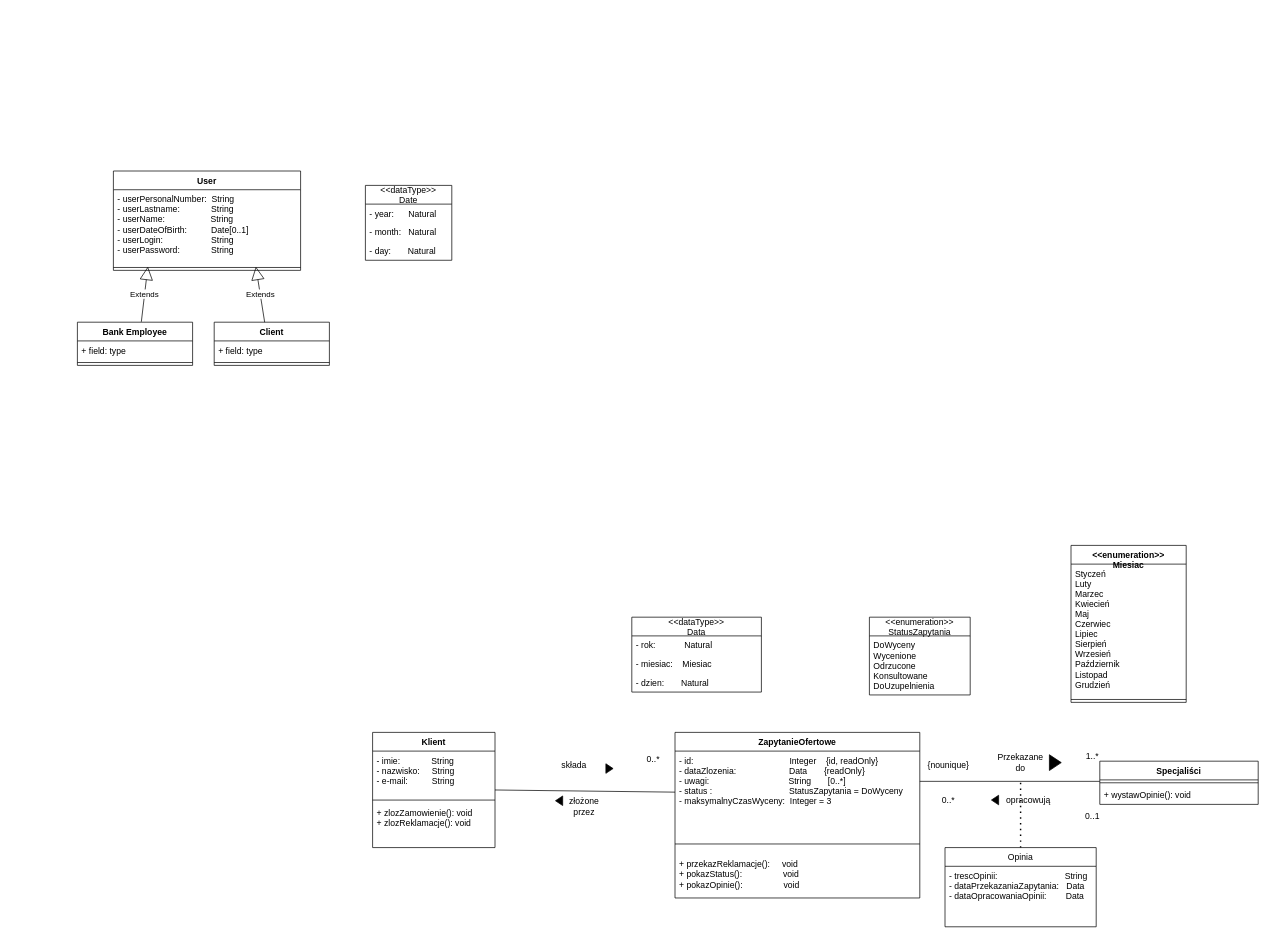
ramzesmosiej/banking-system keeps this draw.io diagram as system-documents/project_model.drawio. Above is the earlier version. Source tidied: cells renumbered, new cells numbered last; positions are measured from the earlier drawing's top-left corner, leaving out a move shared by most shapes. Both pictures are drawn from the tidied source at 72%, with x=0, y=0 at pixel (77, 171).
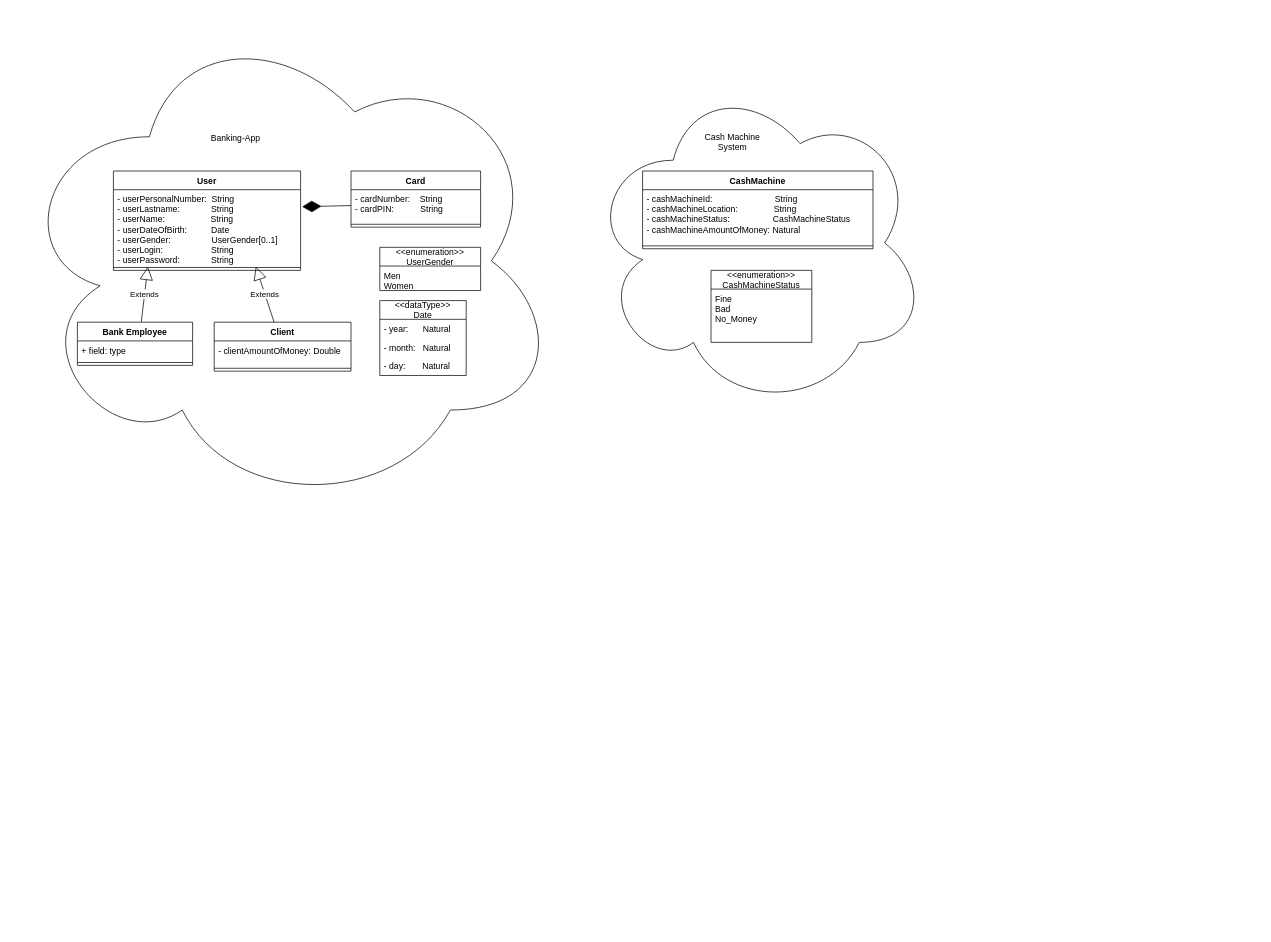
After the change.

Commit message (it also covers changes not shown here):
add basic vision of the system with screens

Unchanged cells that the change refers to:
```xml
<mxCell id="2" value="User" style="swimlane;fontStyle=1;align=center;verticalAlign=top;horizontal=1;startSize=26;" parent="1" vertex="1">
  <mxGeometry x="50" width="260" height="138" as="geometry" />
</mxCell>
```

Change to the diagram source:
```diff
@@
+    <mxCell id="55" style="ellipse;shape=cloud;whiteSpace=wrap;html=1;" parent="1" vertex="1">
+      <mxGeometry x="710" y="-130" width="470" height="460" as="geometry" />
+    </mxCell>
+    <mxCell id="56" style="ellipse;shape=cloud;whiteSpace=wrap;html=1;" parent="1" vertex="1">
+      <mxGeometry x="-90" y="-220" width="760" height="690" as="geometry" />
+    </mxCell>
@@
-    <mxCell id="3" value="- userPersonalNumber:  String&#10;- userLastname:             String&#10;- userName:                   String&#10;- userDateOfBirth:          Date[0..1]&#10;- userLogin:                    String&#10;- userPassword:             String" style="text;strokeColor=none;fillColor=none;align=left;verticalAlign=top;spacingLeft=4;spacingRight=4;overflow=hidden;points=[[0,0.5],[1,0.5]];portConstraint=eastwest;" parent="2" vertex="1">
+    <mxCell id="3" value="- userPersonalNumber:  String&#10;- userLastname:             String&#10;- userName:                   String&#10;- userDateOfBirth:          Date&#10;- userGender:                 UserGender[0..1]&#10;- userLogin:                    String&#10;- userPassword:             String" style="text;strokeColor=none;fillColor=none;align=left;verticalAlign=top;spacingLeft=4;spacingRight=4;overflow=hidden;points=[[0,0.5],[1,0.5]];portConstraint=eastwest;" parent="2" vertex="1">
       <mxGeometry y="26" width="260" height="104" as="geometry" />
     </mxCell>
@@
-    <mxCell id="8" value="Klient" style="swimlane;fontStyle=1;align=center;verticalAlign=top;horizontal=1;startSize=26;" parent="1" vertex="1">
-      <mxGeometry x="410" y="779.7" width="170" height="160" as="geometry" />
-    </mxCell>
-    <mxCell id="9" value="- imie:             String&#10;- nazwisko:     String&#10;- e-mail:          String" style="text;strokeColor=none;fillColor=none;align=left;verticalAlign=top;spacingLeft=4;spacingRight=4;overflow=hidden;" parent="8" vertex="1">
-      <mxGeometry y="26" width="170" height="64" as="geometry" />
-    </mxCell>
-    <mxCell id="10" style="line;strokeWidth=1;fillColor=none;align=left;verticalAlign=middle;spacingTop=-1;spacingLeft=3;spacingRight=3;labelPosition=right;" parent="8" vertex="1">
-      <mxGeometry y="90" width="170" height="8" as="geometry" />
-    </mxCell>
-    <mxCell id="11" value="+ zlozZamowienie(): void&#10;+ zlozReklamacje(): void" style="text;strokeColor=none;fillColor=none;align=left;verticalAlign=top;spacingLeft=4;spacingRight=4;overflow=hidden;" parent="8" vertex="1">
-      <mxGeometry y="98" width="170" height="62" as="geometry" />
-    </mxCell>
-    <mxCell id="12" value="ZapytanieOfertowe" style="swimlane;fontStyle=1;align=center;verticalAlign=top;horizontal=1;startSize=26;" parent="1" vertex="1">
-      <mxGeometry x="830" y="779.7" width="340" height="230" as="geometry" />
-    </mxCell>
-    <mxCell id="13" value="- id:                                        Integer    {id, readOnly}       &#10;- dataZlozenia:                      Data       {readOnly}&#10;- uwagi:                                 String       [0..*]&#10;- status :                                StatusZapytania = DoWyceny&#10;- maksymalnyCzasWyceny:  Integer = 3" style="text;strokeColor=none;fillColor=none;align=left;verticalAlign=top;spacingLeft=4;spacingRight=4;overflow=hidden;points=[[0,0.5],[1,0.5]];portConstraint=eastwest;" parent="12" vertex="1">
-      <mxGeometry y="26" width="340" height="114" as="geometry" />
-    </mxCell>
-    <mxCell id="14" style="line;strokeWidth=1;fillColor=none;align=left;verticalAlign=middle;spacingTop=-1;spacingLeft=3;spacingRight=3;labelPosition=right;" parent="12" vertex="1">
-      <mxGeometry y="140" width="340" height="30" as="geometry" />
-    </mxCell>
-    <mxCell id="15" value="+ przekazReklamacje():     void&#10;+ pokazStatus():                 void&#10;+ pokazOpinie():                 void" style="text;strokeColor=none;fillColor=none;align=left;verticalAlign=top;spacingLeft=4;spacingRight=4;overflow=hidden;" parent="12" vertex="1">
-      <mxGeometry y="170" width="340" height="60" as="geometry" />
-    </mxCell>
-    <mxCell id="16" value="Specjaliści" style="swimlane;fontStyle=1;align=center;verticalAlign=top;horizontal=1;startSize=26;" parent="1" vertex="1">
-      <mxGeometry x="1420" y="819.7" width="220" height="60" as="geometry" />
-    </mxCell>
-    <mxCell id="17" style="line;strokeWidth=1;fillColor=none;align=left;verticalAlign=middle;spacingTop=-1;spacingLeft=3;spacingRight=3;labelPosition=right;" parent="16" vertex="1">
-      <mxGeometry y="26" width="220" height="8" as="geometry" />
-    </mxCell>
-    <mxCell id="18" value="+ wystawOpinie(): void" style="text;strokeColor=none;fillColor=none;align=left;verticalAlign=top;spacingLeft=4;spacingRight=4;overflow=hidden;" parent="16" vertex="1">
-      <mxGeometry y="34" width="220" height="26" as="geometry" />
-    </mxCell>
-    <mxCell id="19" value="&lt;&lt;dataType&gt;&gt;&#10;Data" style="swimlane;fontStyle=0;horizontal=1;startSize=26;fillColor=none;" parent="1" vertex="1">
-      <mxGeometry x="770" y="619.7" width="180" height="104" as="geometry" />
-    </mxCell>
-    <mxCell id="20" value="- rok:            Natural" style="text;strokeColor=none;fillColor=none;align=left;verticalAlign=top;spacingLeft=4;spacingRight=4;overflow=hidden;" parent="19" vertex="1">
-      <mxGeometry y="26" width="180" height="26" as="geometry" />
-    </mxCell>
-    <mxCell id="21" value="- miesiac:    Miesiac" style="text;strokeColor=none;fillColor=none;align=left;verticalAlign=top;spacingLeft=4;spacingRight=4;overflow=hidden;" parent="19" vertex="1">
-      <mxGeometry y="52" width="180" height="26" as="geometry" />
-    </mxCell>
-    <mxCell id="22" value="- dzien:       Natural" style="text;strokeColor=none;fillColor=none;align=left;verticalAlign=top;spacingLeft=4;spacingRight=4;overflow=hidden;" parent="19" vertex="1">
-      <mxGeometry y="78" width="180" height="26" as="geometry" />
-    </mxCell>
-    <mxCell id="23" value="&lt;&lt;enumeration&gt;&gt;&#10;StatusZapytania" style="swimlane;fontStyle=0;horizontal=1;startSize=26;fillColor=none;" parent="1" vertex="1">
-      <mxGeometry x="1100" y="619.7" width="140" height="108" as="geometry" />
+    <mxCell id="23" value="&lt;&lt;enumeration&gt;&gt;&#10;UserGender" style="swimlane;fontStyle=0;horizontal=1;startSize=26;fillColor=none;" parent="1" vertex="1">
+      <mxGeometry x="420" y="106" width="140" height="60" as="geometry" />
     </mxCell>
-    <mxCell id="24" value="DoWyceny&#10;Wycenione&#10;Odrzucone&#10;Konsultowane&#10;DoUzupelnienia" style="text;strokeColor=none;fillColor=none;align=left;verticalAlign=top;spacingLeft=4;spacingRight=4;overflow=hidden;" parent="23" vertex="1">
-      <mxGeometry y="26" width="140" height="82" as="geometry" />
+    <mxCell id="24" value="Men&#10;Women" style="text;strokeColor=none;fillColor=none;align=left;verticalAlign=top;spacingLeft=4;spacingRight=4;overflow=hidden;" parent="23" vertex="1">
+      <mxGeometry y="26" width="140" height="34" as="geometry" />
     </mxCell>
-    <mxCell id="25" style="endArrow=none;html=1;rounded=0;entryX=0;entryY=0.5;entryDx=0;entryDy=0;" parent="1" edge="1" target="13">
-      <mxGeometry relative="1" as="geometry">
-        <mxPoint x="580" y="859.7" as="sourcePoint" />
-      </mxGeometry>
-    </mxCell>
-    <mxCell id="26" value="składa" style="text;html=1;strokeColor=none;fillColor=none;align=center;verticalAlign=middle;whiteSpace=wrap;rounded=0;" parent="1" vertex="1">
-      <mxGeometry x="660" y="810.7" width="60" height="30" as="geometry" />
-    </mxCell>
-    <mxCell id="27" style="triangle;whiteSpace=wrap;html=1;fillColor=#000000;" parent="1" vertex="1">
-      <mxGeometry x="734" y="823.3" width="10" height="13.3" as="geometry" />
-    </mxCell>
-    <mxCell id="28" value="0..*" style="text;html=1;strokeColor=none;fillColor=none;align=center;verticalAlign=middle;whiteSpace=wrap;rounded=0;" parent="1" vertex="1">
-      <mxGeometry x="770" y="802.7" width="60" height="30" as="geometry" />
-    </mxCell>
-    <mxCell id="29" style="endArrow=none;html=1;rounded=0;entryX=0;entryY=0.5;entryDx=0;entryDy=0;" parent="1" edge="1">
-      <mxGeometry relative="1" as="geometry">
-        <mxPoint x="1170" y="847.7" as="sourcePoint" />
-        <mxPoint x="1420" y="847.7" as="targetPoint" />
-      </mxGeometry>
-    </mxCell>
-    <mxCell id="30" style="endArrow=none;dashed=1;html=1;dashPattern=1 3;strokeWidth=2;rounded=0;" parent="1" edge="1">
-      <mxGeometry relative="1" as="geometry">
-        <mxPoint x="1310" y="939.7" as="sourcePoint" />
-        <mxPoint x="1310" y="849.7" as="targetPoint" />
-      </mxGeometry>
-    </mxCell>
-    <mxCell id="31" value="Opinia" style="swimlane;fontStyle=0;horizontal=1;startSize=26;fillColor=none;" parent="1" vertex="1">
-      <mxGeometry x="1205" y="939.7" width="210" height="110" as="geometry" />
-    </mxCell>
-    <mxCell id="32" value="- trescOpinii:                            String&#10;- dataPrzekazaniaZapytania:   Data&#10;- dataOpracowaniaOpinii:        Data&#10;" style="text;strokeColor=none;fillColor=none;align=left;verticalAlign=top;spacingLeft=4;spacingRight=4;overflow=hidden;" parent="31" vertex="1">
-      <mxGeometry y="26" width="210" height="84" as="geometry" />
-    </mxCell>
-    <mxCell id="33" value="1..*" style="text;html=1;strokeColor=none;fillColor=none;align=center;verticalAlign=middle;whiteSpace=wrap;rounded=0;" parent="1" vertex="1">
-      <mxGeometry x="1380" y="798" width="60" height="30" as="geometry" />
-    </mxCell>
-    <mxCell id="34" value="Przekazane do" style="text;html=1;strokeColor=none;fillColor=none;align=center;verticalAlign=middle;whiteSpace=wrap;rounded=0;" parent="1" vertex="1">
-      <mxGeometry x="1280" y="806.7" width="60" height="30" as="geometry" />
-    </mxCell>
-    <mxCell id="35" style="triangle;whiteSpace=wrap;html=1;fillColor=#000000;" parent="1" vertex="1">
-      <mxGeometry x="1350" y="810.7" width="16.5" height="22" as="geometry" />
-    </mxCell>
-    <mxCell id="36" value="0..1" style="text;html=1;strokeColor=none;fillColor=none;align=center;verticalAlign=middle;whiteSpace=wrap;rounded=0;" parent="1" vertex="1">
-      <mxGeometry x="1380" y="881.3" width="60" height="30" as="geometry" />
-    </mxCell>
-    <mxCell id="37" value="0..*" style="text;html=1;strokeColor=none;fillColor=none;align=center;verticalAlign=middle;whiteSpace=wrap;rounded=0;" parent="1" vertex="1">
-      <mxGeometry x="1180" y="858.7" width="60" height="30" as="geometry" />
-    </mxCell>
-    <mxCell id="38" value="opracowują" style="text;html=1;strokeColor=none;fillColor=none;align=center;verticalAlign=middle;whiteSpace=wrap;rounded=0;" parent="1" vertex="1">
-      <mxGeometry x="1290.5" y="858.7" width="60" height="30" as="geometry" />
-    </mxCell>
-    <mxCell id="39" style="triangle;whiteSpace=wrap;html=1;fillColor=#000000;rotation=-180;" parent="1" vertex="1">
-      <mxGeometry x="1269.5" y="867" width="10" height="13.3" as="geometry" />
-    </mxCell>
-    <mxCell id="40" value="{nounique}" style="text;html=1;strokeColor=none;fillColor=none;align=center;verticalAlign=middle;whiteSpace=wrap;rounded=0;" parent="1" vertex="1">
-      <mxGeometry x="1180" y="810.7" width="60" height="30" as="geometry" />
-    </mxCell>
-    <mxCell id="41" value="złożone przez" style="text;html=1;strokeColor=none;fillColor=none;align=center;verticalAlign=middle;whiteSpace=wrap;rounded=0;" parent="1" vertex="1">
-      <mxGeometry x="674" y="868" width="60" height="30" as="geometry" />
-    </mxCell>
-    <mxCell id="42" style="triangle;whiteSpace=wrap;html=1;fillColor=#000000;rotation=-180;" parent="1" vertex="1">
-      <mxGeometry x="664" y="868" width="10" height="13.3" as="geometry" />
-    </mxCell>
-    <mxCell id="43" value="&lt;&lt;enumeration&gt;&gt;&#10;Miesiac" style="swimlane;fontStyle=1;align=center;verticalAlign=top;horizontal=1;startSize=26;" parent="1" vertex="1">
-      <mxGeometry x="1380" y="520" width="160" height="218" as="geometry" />
-    </mxCell>
-    <mxCell id="44" value="Styczeń&#10;Luty&#10;Marzec&#10;Kwiecień&#10;Maj&#10;Czerwiec&#10;Lipiec&#10;Sierpień&#10;Wrzesień&#10;Październik&#10;Listopad&#10;Grudzień" style="text;strokeColor=none;fillColor=none;align=left;verticalAlign=top;spacingLeft=4;spacingRight=4;overflow=hidden;" parent="43" vertex="1">
-      <mxGeometry y="26" width="160" height="184" as="geometry" />
-    </mxCell>
-    <mxCell id="45" style="line;strokeWidth=1;fillColor=none;align=left;verticalAlign=middle;spacingTop=-1;spacingLeft=3;spacingRight=3;labelPosition=right;" parent="43" vertex="1">
-      <mxGeometry y="210" width="160" height="8" as="geometry" />
-    </mxCell>
     <mxCell id="46" value="&lt;&lt;dataType&gt;&gt;&#10;Date" style="swimlane;fontStyle=0;horizontal=1;startSize=26;fillColor=none;" parent="1" vertex="1">
-      <mxGeometry x="400" y="20" width="120" height="104" as="geometry" />
+      <mxGeometry x="420" y="180" width="120" height="104" as="geometry" />
     </mxCell>
@@
     <mxCell id="51" value="Client" style="swimlane;fontStyle=1;align=center;verticalAlign=top;horizontal=1;startSize=26;" parent="1" vertex="1">
-      <mxGeometry x="190" y="210" width="160" height="60" as="geometry" />
+      <mxGeometry x="190" y="210" width="190" height="68" as="geometry" />
     </mxCell>
-    <mxCell id="52" value="+ field: type" style="text;strokeColor=none;fillColor=none;align=left;verticalAlign=top;spacingLeft=4;spacingRight=4;overflow=hidden;" parent="51" vertex="1">
-      <mxGeometry y="26" width="160" height="26" as="geometry" />
+    <mxCell id="52" value="- clientAmountOfMoney: Double" style="text;strokeColor=none;fillColor=none;align=left;verticalAlign=top;spacingLeft=4;spacingRight=4;overflow=hidden;" parent="51" vertex="1">
+      <mxGeometry y="26" width="190" height="34" as="geometry" />
     </mxCell>
     <mxCell id="53" style="line;strokeWidth=1;fillColor=none;align=left;verticalAlign=middle;spacingTop=-1;spacingLeft=3;spacingRight=3;labelPosition=right;strokeColor=inherit;" parent="51" vertex="1">
-      <mxGeometry y="52" width="160" height="8" as="geometry" />
+      <mxGeometry y="60" width="190" height="8" as="geometry" />
     </mxCell>
@@
+    <mxCell id="57" value="Card" style="swimlane;fontStyle=1;align=center;verticalAlign=top;horizontal=1;startSize=26;" parent="1" vertex="1">
+      <mxGeometry x="380" width="180" height="78" as="geometry" />
+    </mxCell>
+    <mxCell id="58" value="- cardNumber:    String&#10;- cardPIN:           String&#10;" style="text;strokeColor=none;fillColor=none;align=left;verticalAlign=top;spacingLeft=4;spacingRight=4;overflow=hidden;points=[[0,0.5],[1,0.5]];portConstraint=eastwest;" parent="57" vertex="1">
+      <mxGeometry y="26" width="180" height="44" as="geometry" />
+    </mxCell>
+    <mxCell id="59" style="line;strokeWidth=1;fillColor=none;align=left;verticalAlign=middle;spacingTop=-1;spacingLeft=3;spacingRight=3;labelPosition=right;strokeColor=inherit;" parent="57" vertex="1">
+      <mxGeometry y="70" width="180" height="8" as="geometry" />
+    </mxCell>
+    <mxCell id="60" style="endArrow=diamondThin;endFill=1;endSize=24;html=1;rounded=0;entryX=1.008;entryY=0.227;entryDx=0;entryDy=0;entryPerimeter=0;exitX=0;exitY=0.5;exitDx=0;exitDy=0;" parent="1" edge="1" source="58" target="3">
+      <mxGeometry relative="1" as="geometry" />
+    </mxCell>
+    <mxCell id="61" value="Banking-App" style="text;html=1;strokeColor=none;fillColor=none;align=center;verticalAlign=middle;whiteSpace=wrap;rounded=0;" parent="1" vertex="1">
+      <mxGeometry x="180" y="-60" width="80" height="30" as="geometry" />
+    </mxCell>
+    <mxCell id="62" value="CashMachine" style="swimlane;fontStyle=1;align=center;verticalAlign=top;horizontal=1;startSize=26;" parent="1" vertex="1">
+      <mxGeometry x="785" width="320" height="108" as="geometry" />
+    </mxCell>
+    <mxCell id="63" value="- cashMachineId:                          String&#10;- cashMachineLocation:               String&#10;- cashMachineStatus:                  CashMachineStatus&#10;- cashMachineAmountOfMoney: Natural&#10;" style="text;strokeColor=none;fillColor=none;align=left;verticalAlign=top;spacingLeft=4;spacingRight=4;overflow=hidden;" parent="62" vertex="1">
+      <mxGeometry y="26" width="320" height="74" as="geometry" />
+    </mxCell>
+    <mxCell id="64" style="line;strokeWidth=1;fillColor=none;align=left;verticalAlign=middle;spacingTop=-1;spacingLeft=3;spacingRight=3;labelPosition=right;strokeColor=inherit;" parent="62" vertex="1">
+      <mxGeometry y="100" width="320" height="8" as="geometry" />
+    </mxCell>
+    <mxCell id="65" value="&lt;&lt;enumeration&gt;&gt;&#10;CashMachineStatus" style="swimlane;fontStyle=0;horizontal=1;startSize=26;fillColor=none;" parent="1" vertex="1">
+      <mxGeometry x="880" y="138" width="140" height="100" as="geometry" />
+    </mxCell>
+    <mxCell id="66" value="Fine&#10;Bad&#10;No_Money" style="text;strokeColor=none;fillColor=none;align=left;verticalAlign=top;spacingLeft=4;spacingRight=4;overflow=hidden;" parent="65" vertex="1">
+      <mxGeometry y="26" width="140" height="74" as="geometry" />
+    </mxCell>
+    <mxCell id="67" value="Cash Machine System" style="text;html=1;strokeColor=none;fillColor=none;align=center;verticalAlign=middle;whiteSpace=wrap;rounded=0;" parent="1" vertex="1">
+      <mxGeometry x="860" y="-70" width="100" height="60" as="geometry" />
+    </mxCell>
```
